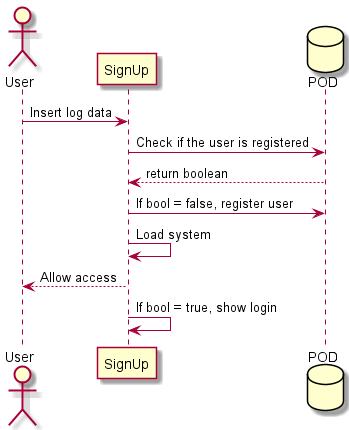
Earlier version of the PlantUML export docs/images/06_signUp_runtime_view.png (Arquisoft/dede_es6c).
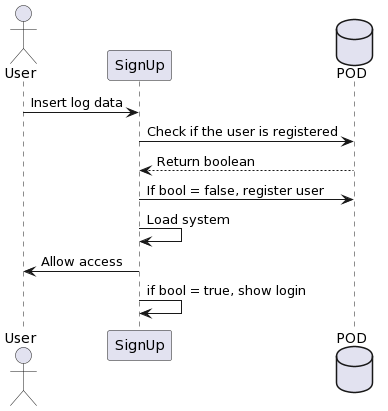
The same diagram one commit later.

The edit, as a diff of the source:
```diff
@@ -1,12 +1,11 @@
-@startuml signUp
+@startuml
 actor User
-participant SignUp
+User -> SignUp: Insert log data
 database POD
-User -> SignUp : Insert log data
-SignUp -> POD : Check if the user is registered
-POD --> SignUp : return boolean
+SignUp-> POD : Check if the user is registered
+POD --> SignUp: Return boolean
 SignUp -> POD : If bool = false, register user
-SignUp -> SignUp : Load system
-SignUp --> User : Allow access
-SignUp -> SignUp : If bool = true, show login
+SignUp -> SignUp: Load system
+SignUp -> User : Allow access
+SignUp -> SignUp : if bool = true, show login
 @enduml
```
